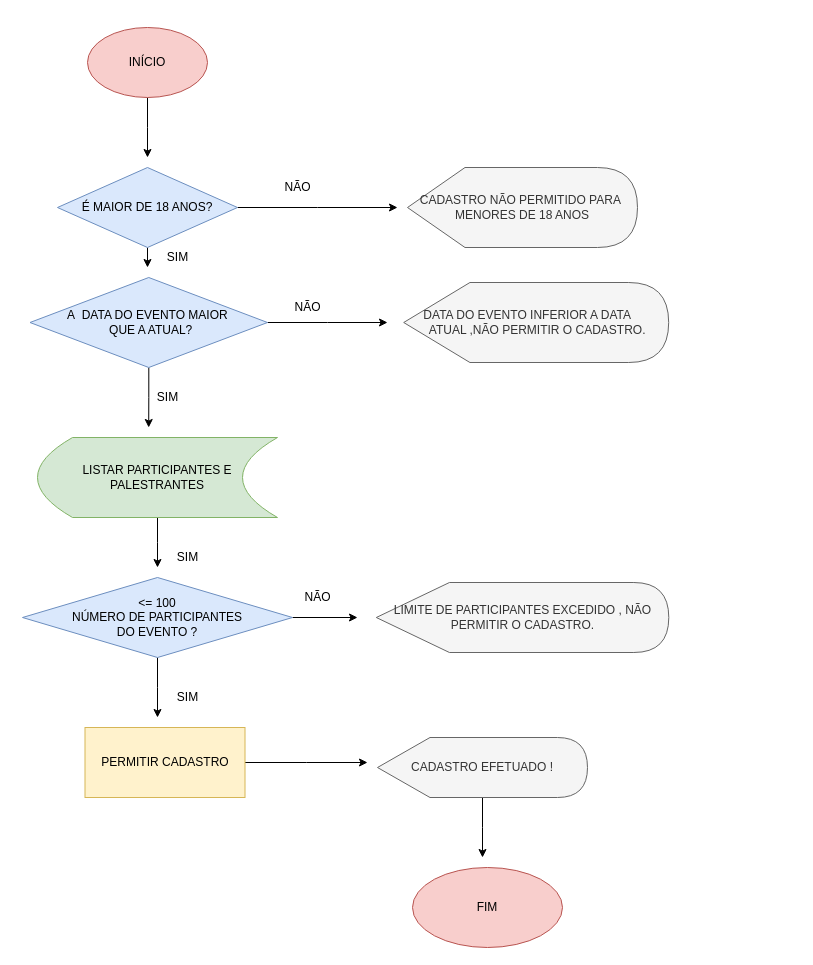
This is Untitled Diagram.drawio from eduardoruizmouro/Projetopecas, a draw.io file, before an edit. Source tidied: cells renumbered, new cells numbered last; positions are measured from the earlier drawing's top-left corner, leaving out a move shared by most shapes. Both pictures are drawn from the tidied source at 100%, with x=0, y=0 at pixel (22, 27).
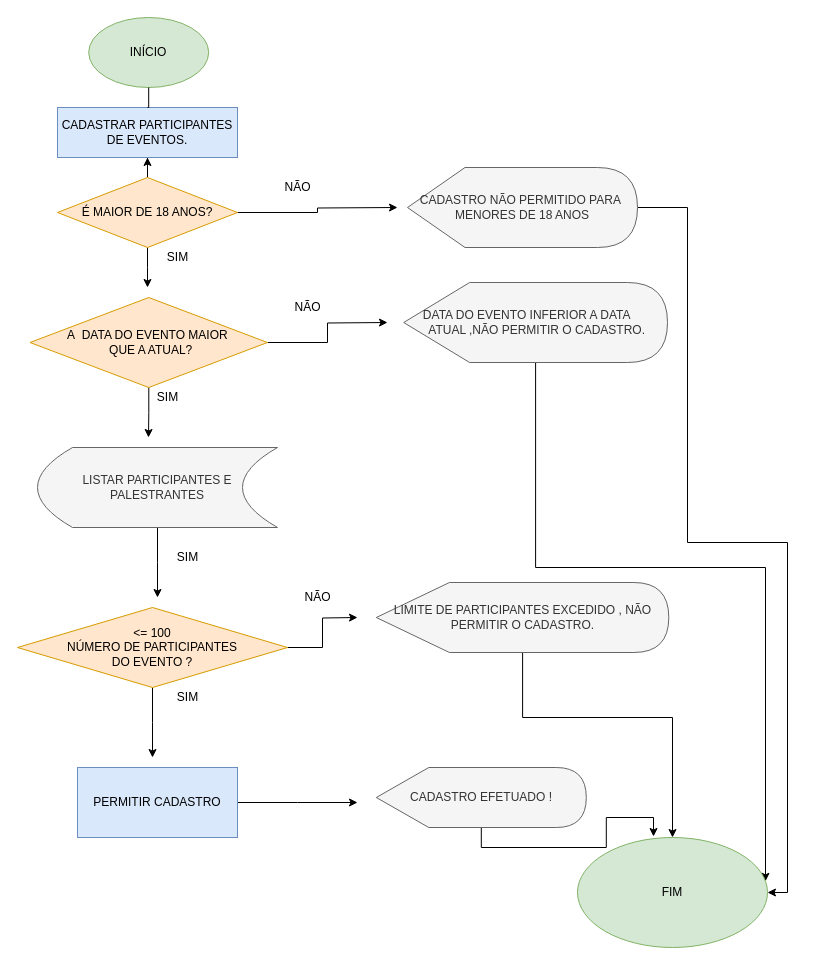
Above is the later version.

Unchanged cells that the change refers to:
```xml
<mxCell id="17" value="CADASTRO NÃO PERMITIDO PARA&amp;nbsp; MENORES DE 18 ANOS" style="shape=display;whiteSpace=wrap;html=1;fillColor=#f5f5f5;fontColor=#333333;strokeColor=#666666;" parent="1" vertex="1">
  <mxGeometry x="385" y="140" width="230" height="80" as="geometry" />
</mxCell>
<mxCell id="19" value="LIMITE DE PARTICIPANTES EXCEDIDO , NÃO PERMITIR O CADASTRO." style="shape=display;whiteSpace=wrap;html=1;fillColor=#f5f5f5;fontColor=#333333;strokeColor=#666666;" parent="1" vertex="1">
  <mxGeometry x="353.8" y="555" width="292.5" height="70" as="geometry" />
</mxCell>
```

What changed in the source:
```diff
@@
-    <mxCell id="2" style="edgeStyle=orthogonalEdgeStyle;rounded=0;jettySize=auto;html=1;" parent="1" edge="1" source="3">
+    <mxCell id="2" style="edgeStyle=orthogonalEdgeStyle;rounded=0;jettySize=auto;html=1;startArrow=none;" parent="1" edge="1" source="36">
       <mxGeometry relative="1" as="geometry">
         <mxPoint x="125" y="130" as="targetPoint" />
       </mxGeometry>
     </mxCell>
-    <mxCell id="3" value="INÍCIO" style="ellipse;whiteSpace=wrap;html=1;fillColor=#f8cecc;strokeColor=#b85450;" parent="1" vertex="1">
-      <mxGeometry x="65" width="120" height="70" as="geometry" />
+    <mxCell id="3" value="INÍCIO" style="ellipse;whiteSpace=wrap;html=1;fillColor=#d5e8d4;strokeColor=#82b366;" parent="1" vertex="1">
+      <mxGeometry x="66.2" y="-10" width="120" height="70" as="geometry" />
     </mxCell>
-    <mxCell id="4" style="edgeStyle=orthogonalEdgeStyle;rounded=0;jettySize=auto;html=1;" parent="1" edge="1" source="6">
-      <mxGeometry relative="1" as="geometry">
-        <mxPoint x="125" y="240" as="targetPoint" />
-      </mxGeometry>
-    </mxCell>
@@
+    <mxCell id="30" style="edgeStyle=orthogonalEdgeStyle;rounded=0;jettySize=auto;html=1;" parent="1" edge="1" source="6">
+      <mxGeometry relative="1" as="geometry">
+        <mxPoint x="125" y="260" as="targetPoint" />
+      </mxGeometry>
+    </mxCell>
-    <mxCell id="6" value="É MAIOR DE 18 ANOS?" style="rhombus;whiteSpace=wrap;html=1;fillColor=#dae8fc;strokeColor=#6c8ebf;" parent="1" vertex="1">
-      <mxGeometry x="35" y="140" width="180" height="80" as="geometry" />
+    <mxCell id="6" value="É MAIOR DE 18 ANOS?" style="rhombus;whiteSpace=wrap;html=1;fillColor=#ffe6cc;strokeColor=#d79b00;" parent="1" vertex="1">
+      <mxGeometry x="35" y="150" width="180" height="70" as="geometry" />
     </mxCell>
     <mxCell id="7" style="edgeStyle=orthogonalEdgeStyle;rounded=0;jettySize=auto;html=1;" parent="1" edge="1" source="9">
       <mxGeometry relative="1" as="geometry">
-        <mxPoint x="126.2" y="400" as="targetPoint" />
+        <mxPoint x="126" y="410" as="targetPoint" />
       </mxGeometry>
     </mxCell>
@@
-    <mxCell id="9" value="A&amp;nbsp; DATA DO EVENTO MAIOR&amp;nbsp;&lt;br&gt;&amp;nbsp;QUE A ATUAL?" style="rhombus;whiteSpace=wrap;html=1;fillColor=#dae8fc;strokeColor=#6c8ebf;" parent="1" vertex="1">
-      <mxGeometry x="7.5" y="250" width="237.5" height="90" as="geometry" />
+    <mxCell id="9" value="A&amp;nbsp; DATA DO EVENTO MAIOR&amp;nbsp;&lt;br&gt;&amp;nbsp;QUE A ATUAL?" style="rhombus;whiteSpace=wrap;html=1;fillColor=#ffe6cc;strokeColor=#d79b00;" parent="1" vertex="1">
+      <mxGeometry x="7.5" y="270" width="237.5" height="90" as="geometry" />
     </mxCell>
     <mxCell id="10" style="edgeStyle=orthogonalEdgeStyle;rounded=0;jettySize=auto;html=1;" parent="1" edge="1" source="11">
       <mxGeometry relative="1" as="geometry">
-        <mxPoint x="135" y="540" as="targetPoint" />
+        <mxPoint x="135" y="570" as="targetPoint" />
       </mxGeometry>
     </mxCell>
-    <mxCell id="11" value="LISTAR PARTICIPANTES E PALESTRANTES" style="shape=dataStorage;whiteSpace=wrap;html=1;fixedSize=1;size=35;fillColor=#d5e8d4;strokeColor=#82b366;" parent="1" vertex="1">
-      <mxGeometry x="15" y="410" width="240" height="80" as="geometry" />
+    <mxCell id="11" value="LISTAR PARTICIPANTES E PALESTRANTES" style="shape=dataStorage;whiteSpace=wrap;html=1;fixedSize=1;size=35;fillColor=#f5f5f5;strokeColor=#666666;fontColor=#333333;" parent="1" vertex="1">
+      <mxGeometry x="15" y="420" width="240" height="80" as="geometry" />
     </mxCell>
     <mxCell id="12" style="edgeStyle=orthogonalEdgeStyle;rounded=0;jettySize=auto;html=1;" parent="1" edge="1" source="14">
       <mxGeometry relative="1" as="geometry">
-        <mxPoint x="135" y="690" as="targetPoint" />
+        <mxPoint x="130" y="730" as="targetPoint" />
       </mxGeometry>
     </mxCell>
@@
-    <mxCell id="14" value="&amp;lt;= 100&lt;br&gt;NÚMERO DE PARTICIPANTES&lt;br&gt;DO EVENTO ?" style="rhombus;whiteSpace=wrap;html=1;fillColor=#dae8fc;strokeColor=#6c8ebf;" parent="1" vertex="1">
-      <mxGeometry y="550" width="270" height="80" as="geometry" />
+    <mxCell id="14" value="&amp;lt;= 100&lt;br&gt;NÚMERO DE PARTICIPANTES&lt;br&gt;DO EVENTO ?" style="rhombus;whiteSpace=wrap;html=1;fillColor=#ffe6cc;strokeColor=#d79b00;" parent="1" vertex="1">
+      <mxGeometry x="-5" y="580" width="270" height="80" as="geometry" />
     </mxCell>
-    <mxCell id="15" style="edgeStyle=orthogonalEdgeStyle;rounded=0;jettySize=auto;html=1;" parent="1" edge="1" source="16">
-      <mxGeometry relative="1" as="geometry">
-        <mxPoint x="345" y="735" as="targetPoint" />
-      </mxGeometry>
-    </mxCell>
+    <mxCell id="31" style="edgeStyle=orthogonalEdgeStyle;rounded=0;jettySize=auto;html=1;" parent="1" edge="1" source="16">
+      <mxGeometry relative="1" as="geometry">
+        <mxPoint x="335" y="775" as="targetPoint" />
+      </mxGeometry>
+    </mxCell>
-    <mxCell id="16" value="PERMITIR CADASTRO" style="rounded=0;whiteSpace=wrap;html=1;fillColor=#fff2cc;strokeColor=#d6b656;" parent="1" vertex="1">
-      <mxGeometry x="62.5" y="700" width="160" height="70" as="geometry" />
+    <mxCell id="16" value="PERMITIR CADASTRO" style="rounded=0;whiteSpace=wrap;html=1;fillColor=#dae8fc;strokeColor=#6c8ebf;" parent="1" vertex="1">
+      <mxGeometry x="55" y="740" width="160" height="70" as="geometry" />
     </mxCell>
+    <mxCell id="32" style="edgeStyle=orthogonalEdgeStyle;rounded=0;jettySize=auto;html=1;entryX=1;entryY=0.5;entryDx=0;entryDy=0;" parent="1" edge="1" source="17" target="22">
+      <mxGeometry relative="1" as="geometry">
+        <Array as="points">
+          <mxPoint x="665" y="180" />
+          <mxPoint x="665" y="515" />
+          <mxPoint x="765" y="515" />
+          <mxPoint x="765" y="865" />
+        </Array>
+      </mxGeometry>
+    </mxCell>
@@
+    <mxCell id="33" style="edgeStyle=orthogonalEdgeStyle;rounded=0;jettySize=auto;html=1;" parent="1" edge="1" source="18" target="22">
+      <mxGeometry relative="1" as="geometry">
+        <Array as="points">
+          <mxPoint x="513" y="540" />
+          <mxPoint x="743" y="540" />
+        </Array>
+      </mxGeometry>
+    </mxCell>
     <mxCell id="18" value="DATA DO EVENTO INFERIOR A DATA&amp;nbsp; &amp;nbsp; &amp;nbsp; &amp;nbsp;ATUAL ,NÃO PERMITIR O CADASTRO." style="shape=display;whiteSpace=wrap;html=1;fillColor=#f5f5f5;fontColor=#333333;strokeColor=#666666;" parent="1" vertex="1">
-      <mxGeometry x="381.2" y="255" width="265" height="80" as="geometry" />
+      <mxGeometry x="381.2" y="255" width="263.8" height="80" as="geometry" />
     </mxCell>
+    <mxCell id="34" style="edgeStyle=orthogonalEdgeStyle;rounded=0;jettySize=auto;html=1;entryX=0.5;entryY=0;entryDx=0;entryDy=0;" parent="1" edge="1" source="19" target="22">
+      <mxGeometry relative="1" as="geometry">
+        <Array as="points">
+          <mxPoint x="500" y="690" />
+          <mxPoint x="650" y="690" />
+        </Array>
+      </mxGeometry>
+    </mxCell>
@@
-    <mxCell id="20" style="edgeStyle=orthogonalEdgeStyle;rounded=0;jettySize=auto;html=1;" parent="1" edge="1" source="21">
-      <mxGeometry relative="1" as="geometry">
-        <mxPoint x="460" y="830" as="targetPoint" />
-      </mxGeometry>
-    </mxCell>
+    <mxCell id="35" style="edgeStyle=orthogonalEdgeStyle;rounded=0;jettySize=auto;html=1;entryX=0.4;entryY=-0.009;entryDx=0;entryDy=0;entryPerimeter=0;" parent="1" edge="1" source="21" target="22">
+      <mxGeometry relative="1" as="geometry" />
+    </mxCell>
     <mxCell id="21" value="CADASTRO EFETUADO !" style="shape=display;whiteSpace=wrap;html=1;fillColor=#f5f5f5;fontColor=#333333;strokeColor=#666666;" parent="1" vertex="1">
-      <mxGeometry x="355" y="710" width="210" height="60" as="geometry" />
+      <mxGeometry x="353.8" y="740" width="210" height="60" as="geometry" />
     </mxCell>
-    <mxCell id="22" value="FIM" style="ellipse;whiteSpace=wrap;html=1;fillColor=#f8cecc;strokeColor=#b85450;" parent="1" vertex="1">
-      <mxGeometry x="390" y="840" width="150" height="80" as="geometry" />
+    <mxCell id="22" value="FIM" style="ellipse;whiteSpace=wrap;html=1;fillColor=#d5e8d4;strokeColor=#82b366;" parent="1" vertex="1">
+      <mxGeometry x="555" y="810" width="190" height="110" as="geometry" />
     </mxCell>
-    <mxCell id="23" value="SIM" style="text;html=1;align=center;verticalAlign=middle;strokeColor=none;fillColor=none;" parent="1" vertex="1">
-      <mxGeometry x="135" y="220" width="40" height="20" as="geometry" />
-    </mxCell>
@@
+    <mxCell id="36" value="CADASTRAR PARTICIPANTES DE EVENTOS." style="rounded=0;whiteSpace=wrap;html=1;fillColor=#dae8fc;strokeColor=#6c8ebf;" parent="1" vertex="1">
+      <mxGeometry x="35" y="80" width="180" height="50" as="geometry" />
+    </mxCell>
+    <mxCell id="37" style="edgeStyle=orthogonalEdgeStyle;rounded=0;jettySize=auto;html=1;endArrow=none;" parent="1" edge="1" source="3" target="36">
+      <mxGeometry relative="1" as="geometry" />
+    </mxCell>
+    <mxCell id="23" value="SIM&lt;br&gt;" style="text;html=1;align=center;verticalAlign=middle;strokeColor=none;fillColor=none;" parent="1" vertex="1">
+      <mxGeometry x="135" y="220" width="40" height="20" as="geometry" />
+    </mxCell>
```
